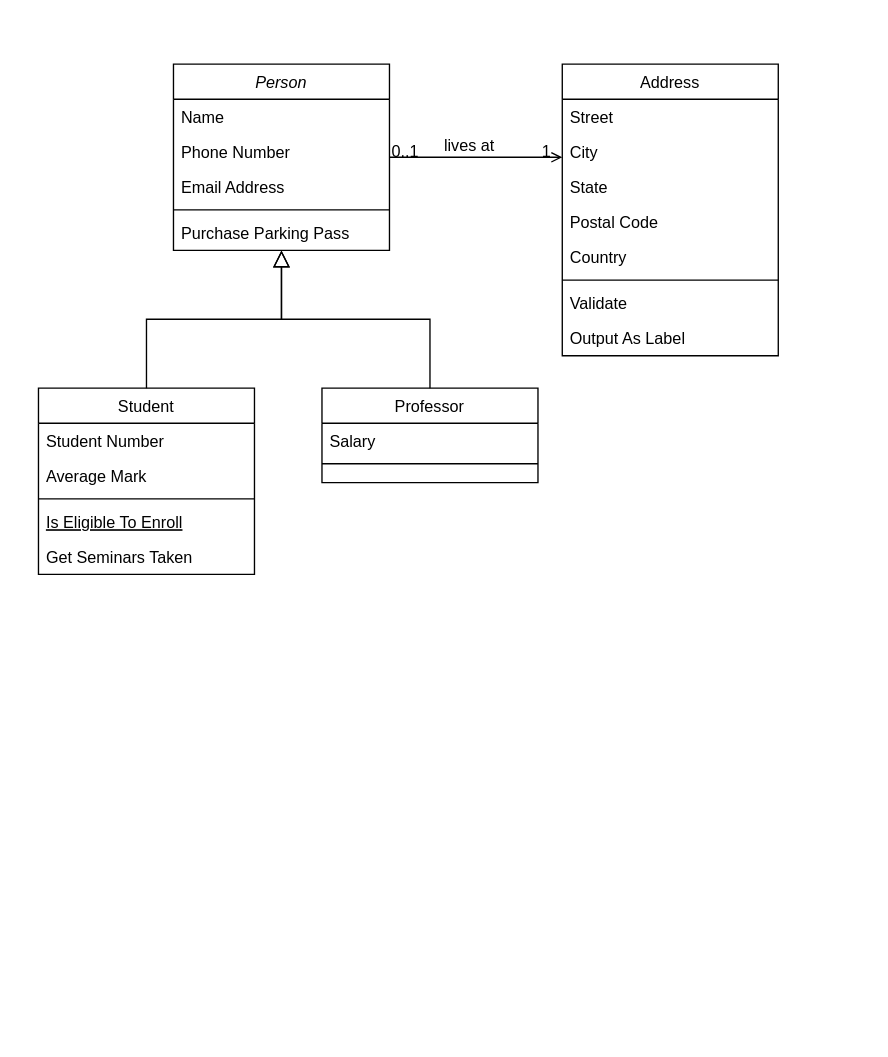
Above: Diagrama sem nome.drawio in caiohtg/Carros (draw.io), before the change. Source tidied: cells renumbered, new cells numbered last; positions are measured from the earlier drawing's top-left corner, leaving out a move shared by most shapes. Both pictures are drawn from the tidied source at 135%, with x=0, y=0 at pixel (38, 63).
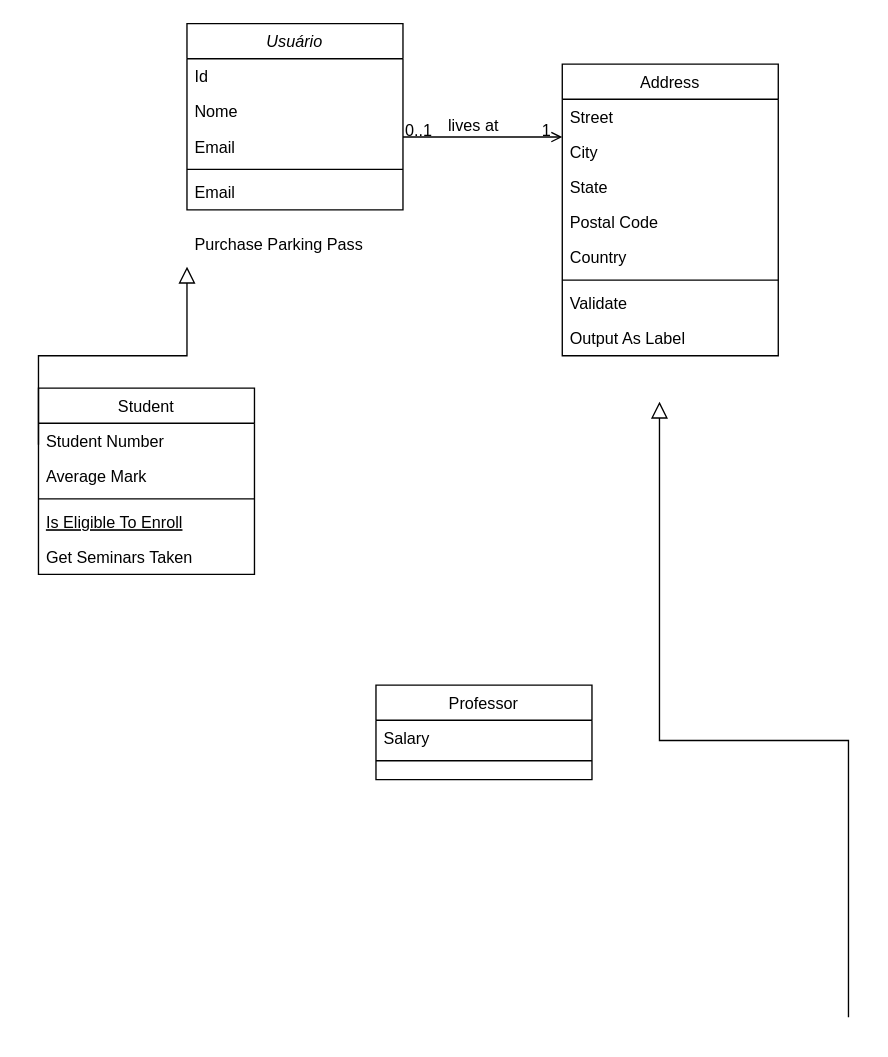
After the change.

The change refers to these unchanged cells:
```xml
<mxCell id="8" value="Student" style="swimlane;fontStyle=0;align=center;verticalAlign=top;horizontal=1;startSize=26;rounded=0;shadow=0;strokeWidth=1;" parent="1" vertex="1">
  <mxGeometry y="240" width="160" height="138" as="geometry" />
</mxCell>
```

Change to the diagram source:
```diff
@@
-    <mxCell id="2" value="Person" style="swimlane;fontStyle=2;align=center;verticalAlign=top;horizontal=1;startSize=26;rounded=0;shadow=0;strokeWidth=1;" parent="1" vertex="1">
-      <mxGeometry x="100" width="160" height="138" as="geometry" />
+    <mxCell id="2" value="Usuário" style="swimlane;fontStyle=2;align=center;verticalAlign=top;horizontal=1;startSize=26;rounded=0;shadow=0;strokeWidth=1;" parent="1" vertex="1">
+      <mxGeometry x="110" y="-30" width="160" height="138" as="geometry" />
     </mxCell>
-    <mxCell id="3" value="Name" style="text;align=left;verticalAlign=top;spacingLeft=4;spacingRight=4;overflow=hidden;" parent="2" vertex="1">
+    <mxCell id="3" value="Id" style="text;align=left;verticalAlign=top;spacingLeft=4;spacingRight=4;overflow=hidden;" parent="2" vertex="1">
       <mxGeometry y="26" width="160" height="26" as="geometry" />
     </mxCell>
-    <mxCell id="4" value="Phone Number" style="text;align=left;verticalAlign=top;spacingLeft=4;spacingRight=4;overflow=hidden;rounded=0;shadow=0;html=0;" parent="2" vertex="1">
+    <mxCell id="4" value="Nome" style="text;align=left;verticalAlign=top;spacingLeft=4;spacingRight=4;overflow=hidden;rounded=0;shadow=0;html=0;" parent="2" vertex="1">
       <mxGeometry y="52" width="160" height="26" as="geometry" />
     </mxCell>
-    <mxCell id="5" value="Email Address" style="text;align=left;verticalAlign=top;spacingLeft=4;spacingRight=4;overflow=hidden;rounded=0;shadow=0;html=0;" parent="2" vertex="1">
+    <mxCell id="5" value="Email" style="text;align=left;verticalAlign=top;spacingLeft=4;spacingRight=4;overflow=hidden;rounded=0;shadow=0;html=0;" parent="2" vertex="1">
       <mxGeometry y="78" width="160" height="26" as="geometry" />
     </mxCell>
@@
-    <mxCell id="7" value="Purchase Parking Pass" style="text;align=left;verticalAlign=top;spacingLeft=4;spacingRight=4;overflow=hidden;" parent="2" vertex="1">
-      <mxGeometry y="112" width="160" height="26" as="geometry" />
-    </mxCell>
+    <mxCell id="32" value="Email" style="text;align=left;verticalAlign=top;spacingLeft=4;spacingRight=4;overflow=hidden;rounded=0;shadow=0;html=0;" parent="2" vertex="1">
+      <mxGeometry y="112" width="160" height="26" as="geometry" />
+    </mxCell>
@@
-    <mxCell id="14" style="endArrow=block;endSize=10;endFill=0;shadow=0;strokeWidth=1;rounded=0;curved=0;edgeStyle=elbowEdgeStyle;elbow=vertical;" parent="1" edge="1" source="8" target="2">
-      <mxGeometry relative="1" as="geometry" />
+    <mxCell id="14" style="endArrow=block;endSize=10;endFill=0;shadow=0;strokeWidth=1;rounded=0;curved=0;edgeStyle=elbowEdgeStyle;elbow=vertical;" parent="1" edge="1">
+      <mxGeometry relative="1" as="geometry">
+        <mxPoint y="282" as="sourcePoint" />
+        <mxPoint x="110" y="150" as="targetPoint" />
+      </mxGeometry>
     </mxCell>
     <mxCell id="15" value="Professor" style="swimlane;fontStyle=0;align=center;verticalAlign=top;horizontal=1;startSize=26;rounded=0;shadow=0;strokeWidth=1;" parent="1" vertex="1">
-      <mxGeometry x="210" y="240" width="160" height="70" as="geometry" />
+      <mxGeometry x="250" y="460" width="160" height="70" as="geometry" />
     </mxCell>
@@
-    <mxCell id="18" style="endArrow=block;endSize=10;endFill=0;shadow=0;strokeWidth=1;rounded=0;curved=0;edgeStyle=elbowEdgeStyle;elbow=vertical;" parent="1" edge="1" source="15" target="2">
-      <mxGeometry relative="1" as="geometry" />
+    <mxCell id="18" style="endArrow=block;endSize=10;endFill=0;shadow=0;strokeWidth=1;rounded=0;curved=0;edgeStyle=elbowEdgeStyle;elbow=vertical;" parent="1" edge="1">
+      <mxGeometry relative="1" as="geometry">
+        <mxPoint x="600" y="706" as="sourcePoint" />
+        <mxPoint x="460" y="250" as="targetPoint" />
+        <Array as="points">
+          <mxPoint x="610" y="501" />
+        </Array>
+      </mxGeometry>
     </mxCell>
@@
+    <mxCell id="7" value="Purchase Parking Pass" style="text;align=left;verticalAlign=top;spacingLeft=4;spacingRight=4;overflow=hidden;" parent="1" vertex="1">
+      <mxGeometry x="110" y="120" width="160" height="26" as="geometry" />
+    </mxCell>
```
